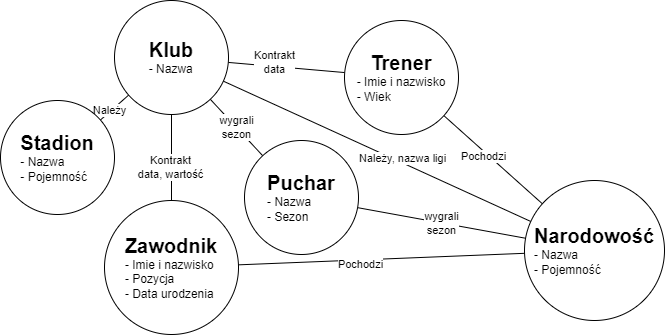
Above: schemat.png in albertmazur/scraper_club (draw.io), before the change. Source tidied: cells renumbered, new cells last; positions are measured from the earlier drawing's top-left corner, leaving out a move shared by most shapes.
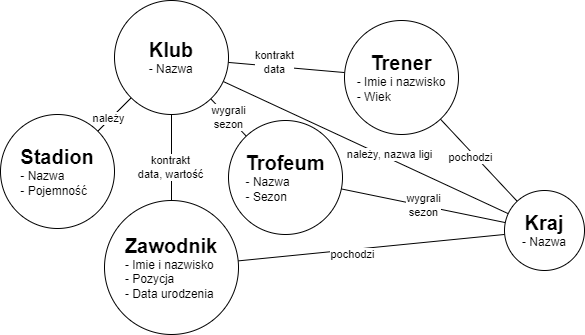
After the change.

Commit message:
Dodanie dokuemtacji i poprawki schematu

Change to the diagram source:
```diff
@@ -5,13 +5,13 @@
     <mxCell id="2" style="endArrow=none;html=1;rounded=0;" parent="1" edge="1" source="21" target="20">
       <mxGeometry relative="1" as="geometry" />
     </mxCell>
-    <mxCell id="3" value="Kontrakt&lt;br&gt;data" style="edgeLabel;html=1;align=center;verticalAlign=middle;" parent="2" vertex="1">
+    <mxCell id="3" value="kontrakt&lt;br&gt;data" style="edgeLabel;html=1;align=center;verticalAlign=middle;" parent="2" vertex="1">
       <mxGeometry x="-0.2" y="4" relative="1" as="geometry" />
     </mxCell>
     <mxCell id="4" style="endArrow=none;html=1;rounded=0;" parent="1" edge="1" source="21" target="16">
       <mxGeometry relative="1" as="geometry" />
     </mxCell>
-    <mxCell id="5" value="Kontrakt&lt;br&gt;data, wartość" style="edgeLabel;html=1;align=center;verticalAlign=middle;" parent="4" vertex="1">
+    <mxCell id="5" value="kontrakt&lt;br&gt;data, wartość" style="edgeLabel;html=1;align=center;verticalAlign=middle;" parent="4" vertex="1">
       <mxGeometry x="0.2" y="-2" relative="1" as="geometry" />
     </mxCell>
     <mxCell id="6" value="wygrali&lt;br&gt;sezon" style="endArrow=none;html=1;rounded=0;" parent="1" edge="1" source="18" target="21">
@@ -20,25 +20,25 @@
     <mxCell id="7" style="endArrow=none;html=1;rounded=0;" parent="1" edge="1" source="17" target="21">
       <mxGeometry relative="1" as="geometry" />
     </mxCell>
-    <mxCell id="8" value="Należy" style="edgeLabel;html=1;align=center;verticalAlign=middle;" parent="7" vertex="1">
+    <mxCell id="8" value="należy" style="edgeLabel;html=1;align=center;verticalAlign=middle;" parent="7" vertex="1">
       <mxGeometry x="-0.31" y="2" relative="1" as="geometry" />
     </mxCell>
     <mxCell id="9" style="endArrow=none;html=1;rounded=0;" parent="1" edge="1" source="19" target="21">
       <mxGeometry relative="1" as="geometry" />
     </mxCell>
-    <mxCell id="10" value="Należy, nazwa ligi" style="edgeLabel;html=1;align=center;verticalAlign=middle;" parent="9" vertex="1">
+    <mxCell id="10" value="należy, nazwa ligi" style="edgeLabel;html=1;align=center;verticalAlign=middle;" parent="9" vertex="1">
       <mxGeometry x="-0.15" y="-4" relative="1" as="geometry" />
     </mxCell>
     <mxCell id="11" style="endArrow=none;html=1;rounded=0;" parent="1" edge="1" source="16" target="19">
       <mxGeometry relative="1" as="geometry" />
     </mxCell>
-    <mxCell id="12" value="Pochodzi" style="edgeLabel;html=1;align=center;verticalAlign=middle;" parent="11" vertex="1">
+    <mxCell id="12" value="pochodzi" style="edgeLabel;html=1;align=center;verticalAlign=middle;" parent="11" vertex="1">
       <mxGeometry x="-0.15" y="-4" relative="1" as="geometry" />
     </mxCell>
     <mxCell id="13" style="endArrow=none;html=1;rounded=0;" parent="1" edge="1" source="20" target="19">
       <mxGeometry relative="1" as="geometry" />
     </mxCell>
-    <mxCell id="14" value="Pochodzi" style="edgeLabel;html=1;align=center;verticalAlign=middle;" parent="13" vertex="1">
+    <mxCell id="14" value="pochodzi" style="edgeLabel;html=1;align=center;verticalAlign=middle;" parent="13" vertex="1">
       <mxGeometry x="-0.15" y="-4" relative="1" as="geometry" />
     </mxCell>
     <mxCell id="15" value="wygrali&lt;br&gt;sezon" style="endArrow=none;html=1;rounded=0;" parent="1" edge="1" source="19" target="18">
@@ -48,13 +48,13 @@
       <mxGeometry x="104" y="200" width="134" height="134" as="geometry" />
     </mxCell>
     <mxCell id="17" value="&lt;b&gt;&lt;font style=&quot;font-size: 20px;&quot;&gt;Stadion&lt;/font&gt;&lt;/b&gt;&lt;br&gt;&lt;div style=&quot;text-align: left;&quot;&gt;&lt;span style=&quot;background-color: initial;&quot;&gt;- Nazwa&lt;/span&gt;&lt;/div&gt;&lt;div style=&quot;text-align: left;&quot;&gt;&lt;span style=&quot;background-color: initial;&quot;&gt;- Pojemność&lt;/span&gt;&lt;/div&gt;" style="ellipse;whiteSpace=wrap;html=1;align=center;" parent="1" vertex="1">
-      <mxGeometry y="100" width="114" height="114" as="geometry" />
+      <mxGeometry y="114" width="114" height="114" as="geometry" />
     </mxCell>
-    <mxCell id="18" value="&lt;b&gt;&lt;font style=&quot;font-size: 20px;&quot;&gt;Puchar&lt;/font&gt;&lt;/b&gt;&lt;br&gt;&lt;div style=&quot;text-align: left;&quot;&gt;&lt;span style=&quot;background-color: initial;&quot;&gt;- Nazwa&lt;/span&gt;&lt;/div&gt;&lt;div style=&quot;text-align: left;&quot;&gt;&lt;span style=&quot;background-color: initial;&quot;&gt;- Sezon&lt;/span&gt;&lt;/div&gt;" style="ellipse;whiteSpace=wrap;html=1;align=center;" parent="1" vertex="1">
-      <mxGeometry x="244" y="140" width="114" height="114" as="geometry" />
+    <mxCell id="18" value="&lt;font style=&quot;&quot;&gt;&lt;span style=&quot;font-size: 20px;&quot;&gt;&lt;b&gt;Trofeum&lt;/b&gt;&lt;/span&gt;&lt;/font&gt;&lt;br&gt;&lt;div style=&quot;text-align: left;&quot;&gt;&lt;span style=&quot;background-color: initial;&quot;&gt;- Nazwa&lt;/span&gt;&lt;/div&gt;&lt;div style=&quot;text-align: left;&quot;&gt;&lt;span style=&quot;background-color: initial;&quot;&gt;- Sezon&lt;/span&gt;&lt;/div&gt;" style="ellipse;whiteSpace=wrap;html=1;align=center;" parent="1" vertex="1">
+      <mxGeometry x="228" y="120" width="114" height="114" as="geometry" />
     </mxCell>
-    <mxCell id="19" value="&lt;span style=&quot;font-size: 20px;&quot;&gt;&lt;b&gt;Narodowość&lt;/b&gt;&lt;/span&gt;&lt;br&gt;&lt;div style=&quot;text-align: left;&quot;&gt;&lt;span style=&quot;background-color: initial;&quot;&gt;- Nazwa&lt;/span&gt;&lt;/div&gt;&lt;div style=&quot;text-align: left;&quot;&gt;&lt;span style=&quot;background-color: initial;&quot;&gt;- Pojemność&lt;/span&gt;&lt;/div&gt;" style="ellipse;whiteSpace=wrap;html=1;align=center;" parent="1" vertex="1">
-      <mxGeometry x="524" y="180" width="140" height="140" as="geometry" />
+    <mxCell id="19" value="&lt;span style=&quot;font-size: 20px;&quot;&gt;&lt;b&gt;Kraj&lt;/b&gt;&lt;/span&gt;&lt;br&gt;&lt;div style=&quot;text-align: left;&quot;&gt;&lt;span style=&quot;background-color: initial;&quot;&gt;- Nazwa&lt;/span&gt;&lt;/div&gt;" style="ellipse;whiteSpace=wrap;html=1;align=center;" parent="1" vertex="1">
+      <mxGeometry x="504" y="190" width="80" height="80" as="geometry" />
     </mxCell>
     <mxCell id="20" value="&lt;span style=&quot;font-size: 20px;&quot;&gt;&lt;b&gt;Trener&lt;/b&gt;&lt;/span&gt;&lt;br&gt;&lt;div style=&quot;text-align: left;&quot;&gt;&lt;span style=&quot;background-color: initial;&quot;&gt;- Imie i nazwisko&lt;/span&gt;&lt;/div&gt;&lt;div style=&quot;text-align: left;&quot;&gt;&lt;span style=&quot;background-color: initial;&quot;&gt;- Wiek&lt;/span&gt;&lt;/div&gt;" style="ellipse;whiteSpace=wrap;html=1;align=center;" parent="1" vertex="1">
       <mxGeometry x="344" y="20" width="114" height="114" as="geometry" />
```
